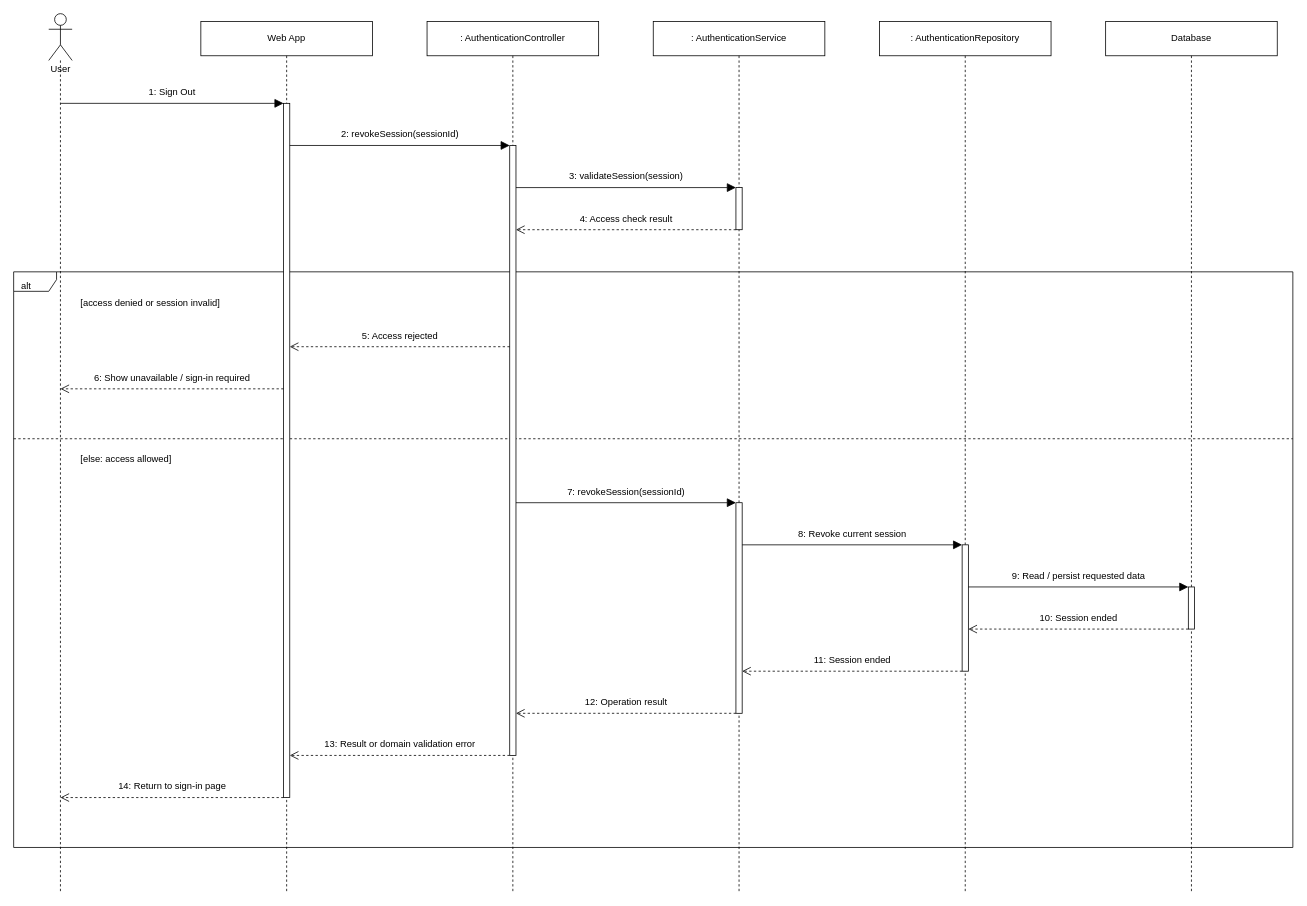
Earlier version of the draw.io diagram page "Sign Out" (4 of 5) of diagrams/08-sequence/01-authentication-account/Sequence-Diagrams-Authentication-Account.drawio (openai-scientist/docs). Source tidied: cells renumbered, new cells numbered last; positions are measured from the earlier drawing's top-left corner, leaving out a move shared by most shapes. Both pictures are drawn from the tidied source at 78%, with x=0, y=0 at pixel (13, 13).
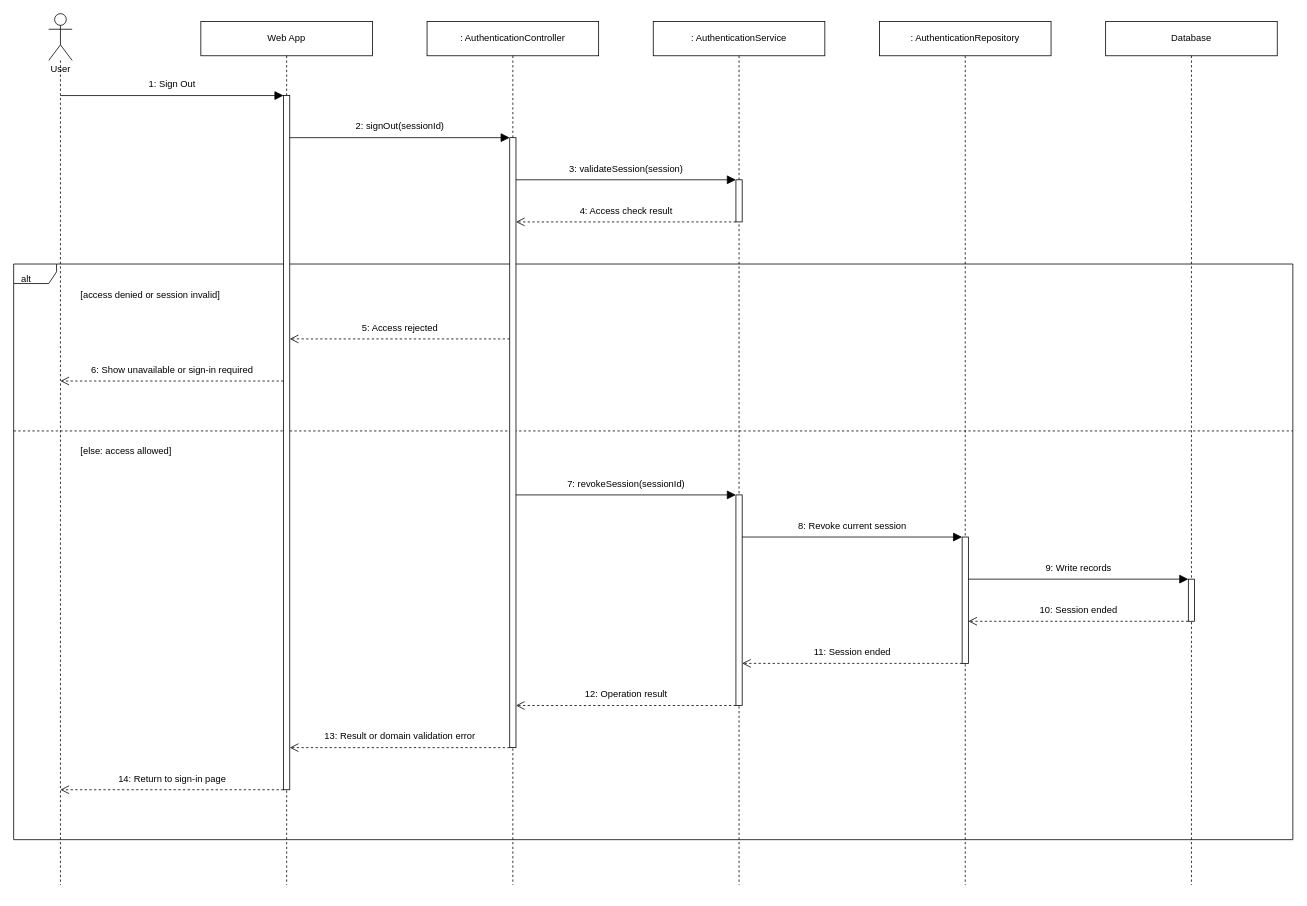
Above is the later version.

Diff of the diagram source:
```diff
@@
     <mxCell id="2" value="alt" style="html=1;fontFamily=Arial;fontSize=12;fontColor=#000000;strokeColor=#000000;strokeWidth=1;fillColor=#FFFFFF;shape=umlFrame;fillColor=none;width=55;height=25;align=left;verticalAlign=top;spacingLeft=8;spacingTop=5;" parent="1" vertex="1">
-      <mxGeometry y="331" width="1640" height="738" as="geometry" />
+      <mxGeometry y="321" width="1640" height="738" as="geometry" />
     </mxCell>
     <mxCell id="3" value="[access denied or session invalid]" style="html=1;fontFamily=Arial;fontSize=12;fontColor=#000000;strokeColor=#000000;strokeWidth=1;fillColor=#FFFFFF;text;strokeColor=none;fillColor=none;align=left;verticalAlign=top;" parent="1" vertex="1">
-      <mxGeometry x="84" y="357" width="1541" height="30" as="geometry" />
+      <mxGeometry x="84" y="347" width="1541" height="30" as="geometry" />
     </mxCell>
     <mxCell id="4" value="[else: access allowed]" style="html=1;fontFamily=Arial;fontSize=12;fontColor=#000000;strokeColor=#000000;strokeWidth=1;fillColor=#FFFFFF;text;strokeColor=none;fillColor=none;align=left;verticalAlign=top;" parent="1" vertex="1">
-      <mxGeometry x="84" y="557" width="1541" height="30" as="geometry" />
+      <mxGeometry x="84" y="547" width="1541" height="30" as="geometry" />
     </mxCell>
     <mxCell id="5" style="html=1;fontFamily=Arial;fontSize=12;fontColor=#000000;strokeColor=#000000;strokeWidth=1;fillColor=#FFFFFF;dashed=1;endArrow=none;" parent="1" edge="1">
       <mxGeometry relative="1" as="geometry">
-        <mxPoint y="545" as="sourcePoint" />
-        <mxPoint x="1640" y="545" as="targetPoint" />
+        <mxPoint y="535" as="sourcePoint" />
+        <mxPoint x="1640" y="535" as="targetPoint" />
       </mxGeometry>
     </mxCell>
     <mxCell id="6" value="User" style="html=1;fontFamily=Arial;fontSize=12;fontColor=#000000;strokeColor=#000000;strokeWidth=1;fillColor=#FFFFFF;shape=umlLifeline;participant=umlActor;size=60;perimeter=lifelinePerimeter;verticalAlign=bottom;spacingBottom=-20;" parent="1" vertex="1">
-      <mxGeometry x="45" width="30" height="1127" as="geometry" />
+      <mxGeometry x="45" width="30" height="1117" as="geometry" />
     </mxCell>
     <mxCell id="7" value="Web App" style="html=1;fontFamily=Arial;fontSize=12;fontColor=#000000;strokeColor=#000000;strokeWidth=1;fillColor=#FFFFFF;shape=umlLifeline;size=44;perimeter=lifelinePerimeter;whiteSpace=wrap;" parent="1" vertex="1">
-      <mxGeometry x="240" y="10" width="220" height="1117" as="geometry" />
+      <mxGeometry x="240" y="10" width="220" height="1107" as="geometry" />
     </mxCell>
     <mxCell id="8" value=": AuthenticationController" style="html=1;fontFamily=Arial;fontSize=12;fontColor=#000000;strokeColor=#000000;strokeWidth=1;fillColor=#FFFFFF;shape=umlLifeline;size=44;perimeter=lifelinePerimeter;whiteSpace=wrap;" parent="1" vertex="1">
-      <mxGeometry x="530" y="10" width="220" height="1117" as="geometry" />
+      <mxGeometry x="530" y="10" width="220" height="1107" as="geometry" />
     </mxCell>
     <mxCell id="9" value=": AuthenticationService" style="html=1;fontFamily=Arial;fontSize=12;fontColor=#000000;strokeColor=#000000;strokeWidth=1;fillColor=#FFFFFF;shape=umlLifeline;size=44;perimeter=lifelinePerimeter;whiteSpace=wrap;" parent="1" vertex="1">
-      <mxGeometry x="820" y="10" width="220" height="1117" as="geometry" />
+      <mxGeometry x="820" y="10" width="220" height="1107" as="geometry" />
     </mxCell>
     <mxCell id="10" value=": AuthenticationRepository" style="html=1;fontFamily=Arial;fontSize=12;fontColor=#000000;strokeColor=#000000;strokeWidth=1;fillColor=#FFFFFF;shape=umlLifeline;size=44;perimeter=lifelinePerimeter;whiteSpace=wrap;" parent="1" vertex="1">
-      <mxGeometry x="1110" y="10" width="220" height="1117" as="geometry" />
+      <mxGeometry x="1110" y="10" width="220" height="1107" as="geometry" />
     </mxCell>
     <mxCell id="11" value="Database" style="html=1;fontFamily=Arial;fontSize=12;fontColor=#000000;strokeColor=#000000;strokeWidth=1;fillColor=#FFFFFF;shape=umlLifeline;size=44;perimeter=lifelinePerimeter;whiteSpace=wrap;" parent="1" vertex="1">
-      <mxGeometry x="1400" y="10" width="220" height="1117" as="geometry" />
+      <mxGeometry x="1400" y="10" width="220" height="1107" as="geometry" />
     </mxCell>
     <mxCell id="12" style="html=1;fontFamily=Arial;fontSize=12;fontColor=#000000;strokeColor=#000000;strokeWidth=1;fillColor=#FFFFFF;" parent="7" vertex="1">
-      <mxGeometry x="106" y="105" width="8" height="890" as="geometry" />
+      <mxGeometry x="106" y="95" width="8" height="890" as="geometry" />
     </mxCell>
     <mxCell id="13" style="html=1;fontFamily=Arial;fontSize=12;fontColor=#000000;strokeColor=#000000;strokeWidth=1;fillColor=#FFFFFF;" parent="8" vertex="1">
-      <mxGeometry x="106" y="159" width="8" height="782" as="geometry" />
+      <mxGeometry x="106" y="149" width="8" height="782" as="geometry" />
     </mxCell>
     <mxCell id="14" style="html=1;fontFamily=Arial;fontSize=12;fontColor=#000000;strokeColor=#000000;strokeWidth=1;fillColor=#FFFFFF;" parent="9" vertex="1">
-      <mxGeometry x="106" y="213" width="8" height="54" as="geometry" />
+      <mxGeometry x="106" y="203" width="8" height="54" as="geometry" />
     </mxCell>
     <mxCell id="15" style="html=1;fontFamily=Arial;fontSize=12;fontColor=#000000;strokeColor=#000000;strokeWidth=1;fillColor=#FFFFFF;" parent="9" vertex="1">
-      <mxGeometry x="106" y="617" width="8" height="270" as="geometry" />
+      <mxGeometry x="106" y="607" width="8" height="270" as="geometry" />
     </mxCell>
     <mxCell id="16" style="html=1;fontFamily=Arial;fontSize=12;fontColor=#000000;strokeColor=#000000;strokeWidth=1;fillColor=#FFFFFF;" parent="10" vertex="1">
-      <mxGeometry x="106" y="671" width="8" height="162" as="geometry" />
+      <mxGeometry x="106" y="661" width="8" height="162" as="geometry" />
     </mxCell>
     <mxCell id="17" style="html=1;fontFamily=Arial;fontSize=12;fontColor=#000000;strokeColor=#000000;strokeWidth=1;fillColor=#FFFFFF;" parent="11" vertex="1">
-      <mxGeometry x="106" y="725" width="8" height="54" as="geometry" />
+      <mxGeometry x="106" y="715" width="8" height="54" as="geometry" />
     </mxCell>
-    <mxCell id="18" value="1: Sign Out" style="html=1;fontFamily=Arial;fontSize=12;fontColor=#000000;strokeColor=#000000;strokeWidth=1;fillColor=#FFFFFF;edgeStyle=none;rounded=0;endSize=9;endArrow=block;endFill=1;labelBackgroundColor=#FFFFFF;verticalAlign=bottom;spacingBottom=5;exitX=0.5;exitY=0.10204081632653061;entryX=0;entryY=0.0;exitPerimeter=0;entryPerimeter=0;" parent="1" edge="1" source="6" target="12">
+    <mxCell id="18" value="1: Sign Out" style="html=1;fontFamily=Arial;fontSize=12;fontColor=#000000;strokeColor=#000000;strokeWidth=1;fillColor=#FFFFFF;edgeStyle=none;rounded=0;endSize=9;endArrow=block;endFill=1;labelBackgroundColor=#FFFFFF;verticalAlign=bottom;spacingBottom=5;exitX=0.5;exitY=0.09400179051029543;entryX=0;entryY=0.0;exitPerimeter=0;entryPerimeter=0;" parent="1" edge="1" source="6" target="12">
       <mxGeometry relative="1" as="geometry" />
     </mxCell>
-    <mxCell id="19" value="2: revokeSession(sessionId)" style="html=1;fontFamily=Arial;fontSize=12;fontColor=#000000;strokeColor=#000000;strokeWidth=1;fillColor=#FFFFFF;edgeStyle=none;rounded=0;endSize=9;endArrow=block;endFill=1;labelBackgroundColor=#FFFFFF;verticalAlign=bottom;spacingBottom=5;exitX=1;exitY=0.060674157303370786;entryX=0;entryY=0.0;exitPerimeter=0;entryPerimeter=0;" parent="1" edge="1" source="12" target="13">
+    <mxCell id="19" value="2: signOut(sessionId)" style="html=1;fontFamily=Arial;fontSize=12;fontColor=#000000;strokeColor=#000000;strokeWidth=1;fillColor=#FFFFFF;edgeStyle=none;rounded=0;endSize=9;endArrow=block;endFill=1;labelBackgroundColor=#FFFFFF;verticalAlign=bottom;spacingBottom=5;exitX=1;exitY=0.060674157303370786;entryX=0;entryY=0.0;exitPerimeter=0;entryPerimeter=0;" parent="1" edge="1" source="12" target="13">
       <mxGeometry relative="1" as="geometry" />
     </mxCell>
@@
-    <mxCell id="23" value="6: Show unavailable / sign-in required" style="html=1;fontFamily=Arial;fontSize=12;fontColor=#000000;strokeColor=#000000;strokeWidth=1;fillColor=#FFFFFF;edgeStyle=none;rounded=0;endSize=9;dashed=1;endArrow=open;endFill=0;labelBackgroundColor=#FFFFFF;verticalAlign=bottom;spacingBottom=5;exitX=0;exitY=0.41123595505617977;entryX=0.5;entryY=0.42679680567879325;exitPerimeter=0;entryPerimeter=0;" parent="1" edge="1" source="12" target="6">
+    <mxCell id="23" value="6: Show unavailable or sign-in required" style="html=1;fontFamily=Arial;fontSize=12;fontColor=#000000;strokeColor=#000000;strokeWidth=1;fillColor=#FFFFFF;edgeStyle=none;rounded=0;endSize=9;dashed=1;endArrow=open;endFill=0;labelBackgroundColor=#FFFFFF;verticalAlign=bottom;spacingBottom=5;exitX=0;exitY=0.41123595505617977;entryX=0.5;entryY=0.42166517457475383;exitPerimeter=0;entryPerimeter=0;" parent="1" edge="1" source="12" target="6">
       <mxGeometry relative="1" as="geometry" />
     </mxCell>
@@
-    <mxCell id="26" value="9: Read / persist requested data" style="html=1;fontFamily=Arial;fontSize=12;fontColor=#000000;strokeColor=#000000;strokeWidth=1;fillColor=#FFFFFF;edgeStyle=none;rounded=0;endSize=9;endArrow=block;endFill=1;labelBackgroundColor=#FFFFFF;verticalAlign=bottom;spacingBottom=5;exitX=1;exitY=0.3333333333333333;entryX=0;entryY=0.0;exitPerimeter=0;entryPerimeter=0;" parent="1" edge="1" source="16" target="17">
+    <mxCell id="26" value="9: Write records" style="html=1;fontFamily=Arial;fontSize=12;fontColor=#000000;strokeColor=#000000;strokeWidth=1;fillColor=#FFFFFF;edgeStyle=none;rounded=0;endSize=9;endArrow=block;endFill=1;labelBackgroundColor=#FFFFFF;verticalAlign=bottom;spacingBottom=5;exitX=1;exitY=0.3333333333333333;entryX=0;entryY=0.0;exitPerimeter=0;entryPerimeter=0;" parent="1" edge="1" source="16" target="17">
       <mxGeometry relative="1" as="geometry" />
     </mxCell>
@@
-    <mxCell id="31" value="14: Return to sign-in page" style="html=1;fontFamily=Arial;fontSize=12;fontColor=#000000;strokeColor=#000000;strokeWidth=1;fillColor=#FFFFFF;edgeStyle=none;rounded=0;endSize=9;dashed=1;endArrow=open;endFill=0;labelBackgroundColor=#FFFFFF;verticalAlign=bottom;spacingBottom=5;exitX=0;exitY=1.0;entryX=0.5;entryY=0.8917480035492458;exitPerimeter=0;entryPerimeter=0;" parent="1" edge="1" source="12" target="6">
+    <mxCell id="31" value="14: Return to sign-in page" style="html=1;fontFamily=Arial;fontSize=12;fontColor=#000000;strokeColor=#000000;strokeWidth=1;fillColor=#FFFFFF;edgeStyle=none;rounded=0;endSize=9;dashed=1;endArrow=open;endFill=0;labelBackgroundColor=#FFFFFF;verticalAlign=bottom;spacingBottom=5;exitX=0;exitY=1.0;entryX=0.5;entryY=0.8907788719785139;exitPerimeter=0;entryPerimeter=0;" parent="1" edge="1" source="12" target="6">
       <mxGeometry relative="1" as="geometry" />
     </mxCell>
```
